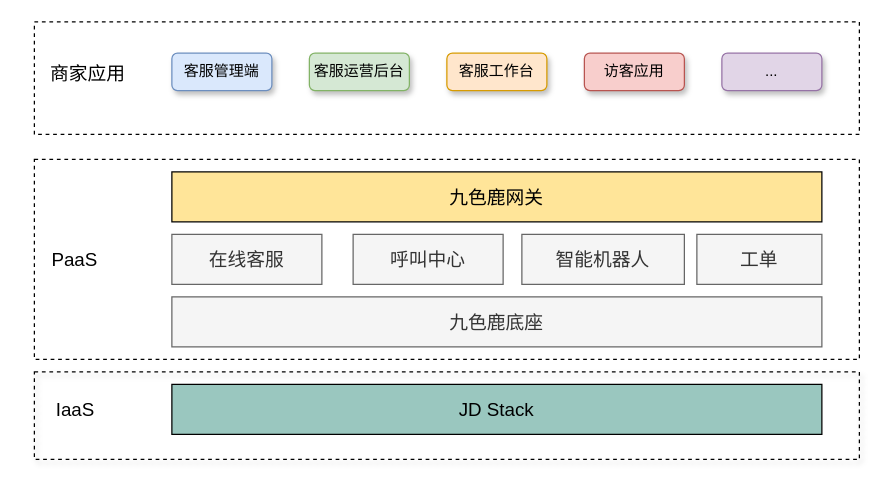
The draw.io diagram paas_private.drawio in greenabyss/image, before the edit. Source tidied: cells renumbered, new cells numbered last; positions are measured from the earlier drawing's top-left corner, leaving out a move shared by most shapes. Both pictures are drawn from the tidied source at 125%, with x=0, y=0 at pixel (21, 21).
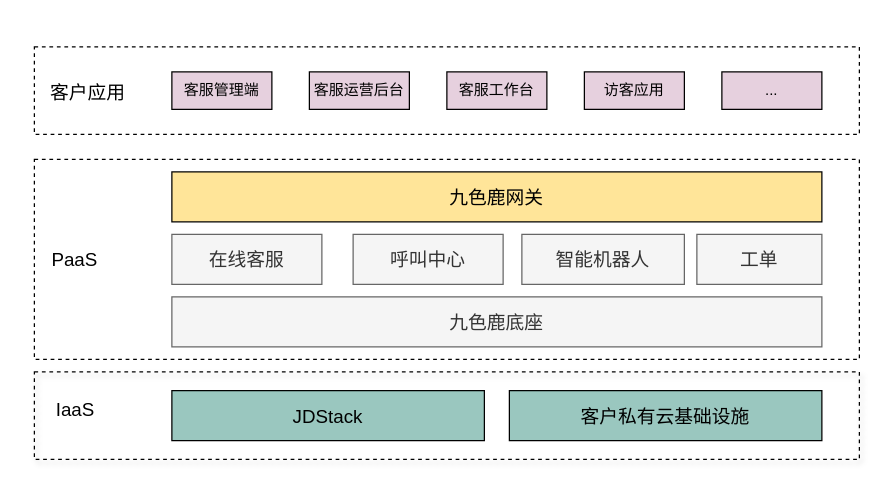
The same diagram, later.

The edit, as a diff of the source:
```diff
@@
     <mxCell id="4" style="rounded=0;whiteSpace=wrap;html=1;dashed=1;fillColor=none;" parent="1" vertex="1">
-      <mxGeometry x="10" width="660" height="90" as="geometry" />
+      <mxGeometry x="10" y="20" width="660" height="70" as="geometry" />
     </mxCell>
@@
-    <mxCell id="6" value="客服管理端" style="rounded=1;whiteSpace=wrap;html=1;fillColor=#dae8fc;strokeColor=#6c8ebf;shadow=1;" parent="1" vertex="1">
-      <mxGeometry x="120" y="25" width="80" height="30" as="geometry" />
+    <mxCell id="6" value="客服管理端" style="rounded=0;whiteSpace=wrap;html=1;shadow=0;fillColor=#E6D0DE;" parent="1" vertex="1">
+      <mxGeometry x="120" y="40" width="80" height="30" as="geometry" />
     </mxCell>
-    <mxCell id="7" value="客服运营后台" style="rounded=1;whiteSpace=wrap;html=1;fillColor=#d5e8d4;strokeColor=#82b366;shadow=1;" parent="1" vertex="1">
-      <mxGeometry x="230" y="25" width="80" height="30" as="geometry" />
+    <mxCell id="7" value="客服运营后台" style="rounded=0;whiteSpace=wrap;html=1;shadow=0;fillColor=#E6D0DE;" parent="1" vertex="1">
+      <mxGeometry x="230" y="40" width="80" height="30" as="geometry" />
     </mxCell>
-    <mxCell id="8" value="客服工作台" style="rounded=1;whiteSpace=wrap;html=1;fillColor=#ffe6cc;strokeColor=#d79b00;shadow=1;" parent="1" vertex="1">
-      <mxGeometry x="340" y="25" width="80" height="30" as="geometry" />
+    <mxCell id="8" value="客服工作台" style="rounded=0;whiteSpace=wrap;html=1;shadow=0;fillColor=#E6D0DE;" parent="1" vertex="1">
+      <mxGeometry x="340" y="40" width="80" height="30" as="geometry" />
     </mxCell>
-    <mxCell id="9" value="访客应用" style="rounded=1;whiteSpace=wrap;html=1;fillColor=#f8cecc;strokeColor=#b85450;shadow=1;" parent="1" vertex="1">
-      <mxGeometry x="450" y="25" width="80" height="30" as="geometry" />
+    <mxCell id="9" value="访客应用" style="rounded=0;whiteSpace=wrap;html=1;shadow=0;fillColor=#E6D0DE;" parent="1" vertex="1">
+      <mxGeometry x="450" y="40" width="80" height="30" as="geometry" />
     </mxCell>
-    <mxCell id="10" value="&lt;font style=&quot;font-size: 15px&quot;&gt;JD Stack&lt;/font&gt;" style="rounded=0;whiteSpace=wrap;html=1;fillColor=#9AC7BF;" parent="1" vertex="1">
-      <mxGeometry x="120" y="290" width="520" height="40" as="geometry" />
+    <mxCell id="10" value="&lt;font style=&quot;font-size: 15px&quot;&gt;JDStack&lt;/font&gt;" style="rounded=0;whiteSpace=wrap;html=1;fillColor=#9AC7BF;" parent="1" vertex="1">
+      <mxGeometry x="120" y="295" width="250" height="40" as="geometry" />
     </mxCell>
-    <mxCell id="11" value="&lt;font style=&quot;font-size: 15px&quot;&gt;商家应用&lt;/font&gt;" style="text;html=1;strokeColor=none;fillColor=none;align=center;verticalAlign=middle;whiteSpace=wrap;rounded=0;dashed=1;" parent="1" vertex="1">
-      <mxGeometry x="7.5" y="40" width="90" as="geometry" />
+    <mxCell id="11" value="&lt;font style=&quot;font-size: 15px&quot;&gt;客户应用&lt;/font&gt;" style="text;html=1;strokeColor=none;fillColor=none;align=center;verticalAlign=middle;whiteSpace=wrap;rounded=0;dashed=1;" parent="1" vertex="1">
+      <mxGeometry x="7.5" y="55" width="90" as="geometry" />
     </mxCell>
@@
-    <mxCell id="17" value="..." style="rounded=1;whiteSpace=wrap;html=1;fillColor=#e1d5e7;strokeColor=#9673a6;shadow=1;" parent="1" vertex="1">
-      <mxGeometry x="560" y="25" width="80" height="30" as="geometry" />
+    <mxCell id="17" value="..." style="rounded=0;whiteSpace=wrap;html=1;shadow=0;fillColor=#E6D0DE;" parent="1" vertex="1">
+      <mxGeometry x="560" y="40" width="80" height="30" as="geometry" />
     </mxCell>
@@
+    <mxCell id="20" value="&lt;font style=&quot;font-size: 15px&quot;&gt;客户私有云基础设施&lt;/font&gt;" style="rounded=0;whiteSpace=wrap;html=1;fillColor=#9AC7BF;" parent="1" vertex="1">
+      <mxGeometry x="390" y="295" width="250" height="40" as="geometry" />
+    </mxCell>
```
